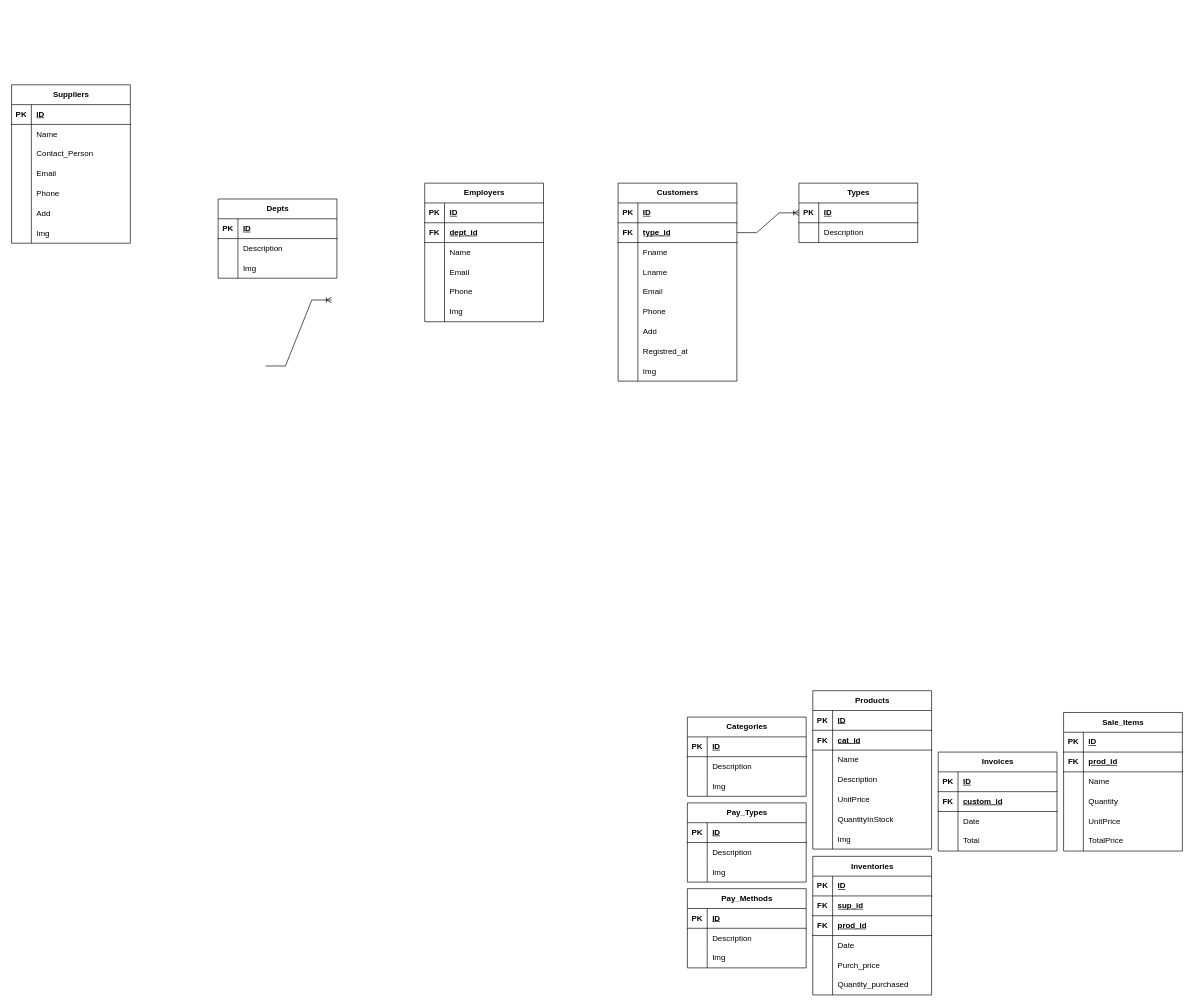
The draw.io diagram Untitled Diagram.drawio in D4N73MY7H/ODOO_SHOP, before the edit. Source tidied: cells renumbered, new cells numbered last; positions are measured from the earlier drawing's top-left corner, leaving out a move shared by most shapes. Both pictures are drawn from the tidied source at 66%, with x=0, y=0 at pixel (11, 84).
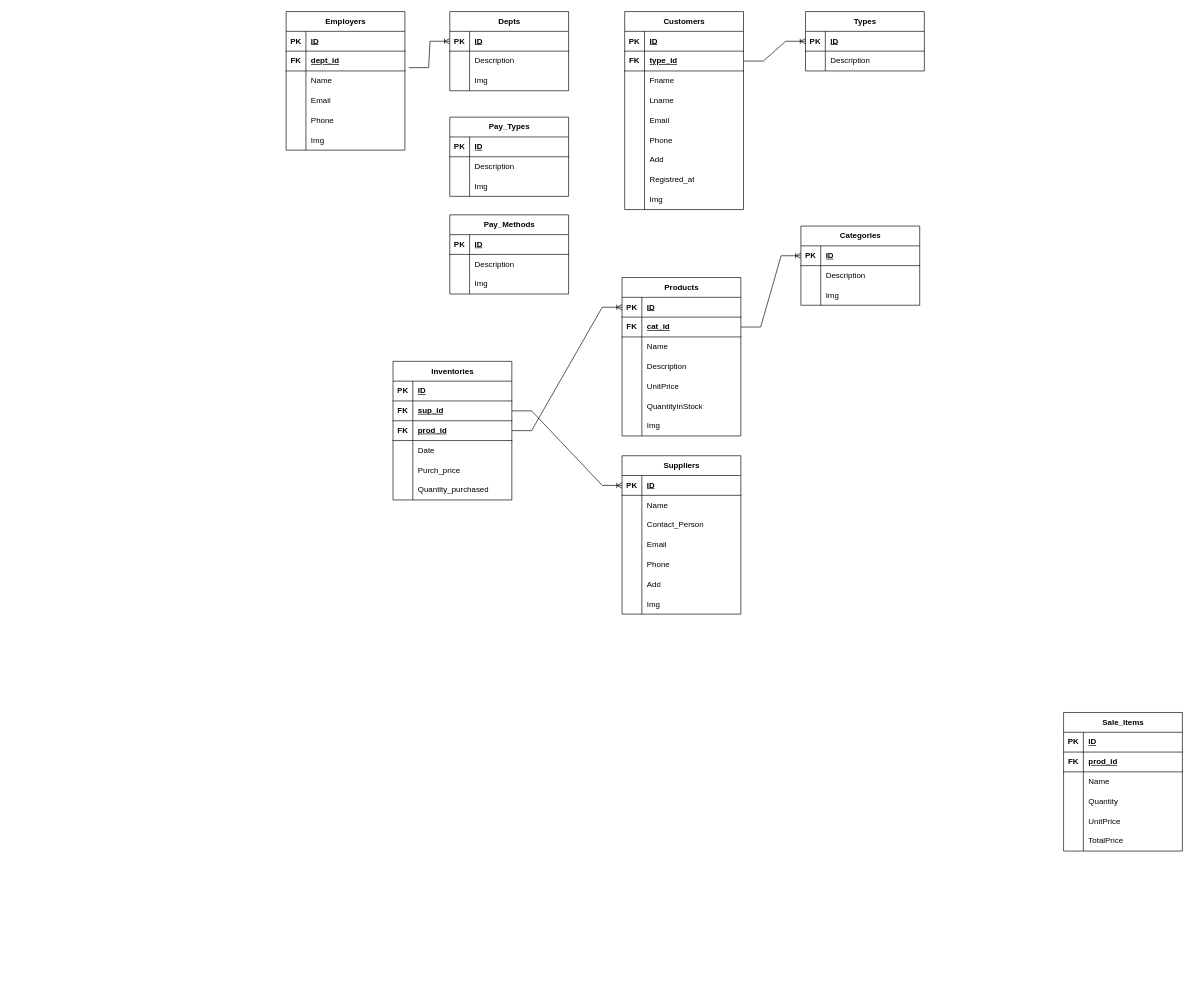
The same diagram, later.

Unchanged cells that the change refers to:
```xml
<mxCell id="3" style="shape=tableRow;horizontal=0;startSize=0;swimlaneHead=0;swimlaneBody=0;fillColor=none;points=[[0,0.5],[1,0.5]];portConstraint=eastwest;top=0;left=0;right=0;bottom=1;" parent="2" vertex="1">
  <mxGeometry y="30" width="180" height="30" as="geometry" />
</mxCell>
<mxCell id="13" style="shape=tableRow;horizontal=0;startSize=0;swimlaneHead=0;swimlaneBody=0;fillColor=none;points=[[0,0.5],[1,0.5]];portConstraint=eastwest;top=0;left=0;right=0;bottom=1;" parent="12" vertex="1">
  <mxGeometry y="30" width="180" height="30" as="geometry" />
</mxCell>
<mxCell id="20" style="shape=tableRow;horizontal=0;startSize=0;swimlaneHead=0;swimlaneBody=0;fillColor=none;points=[[0,0.5],[1,0.5]];portConstraint=eastwest;top=0;left=0;right=0;bottom=1;" parent="19" vertex="1">
  <mxGeometry y="30" width="180" height="30" as="geometry" />
</mxCell>
<mxCell id="53" style="shape=tableRow;horizontal=0;startSize=0;swimlaneHead=0;swimlaneBody=0;fillColor=none;points=[[0,0.5],[1,0.5]];portConstraint=eastwest;top=0;left=0;right=0;bottom=1;" parent="49" vertex="1">
  <mxGeometry y="60" width="180" height="30" as="geometry" />
</mxCell>
<mxCell id="72" style="shape=tableRow;horizontal=0;startSize=0;swimlaneHead=0;swimlaneBody=0;fillColor=none;points=[[0,0.5],[1,0.5]];portConstraint=eastwest;top=0;left=0;right=0;bottom=1;" parent="68" vertex="1">
  <mxGeometry y="60" width="180" height="30" as="geometry" />
</mxCell>
<mxCell id="97" style="shape=tableRow;horizontal=0;startSize=0;swimlaneHead=0;swimlaneBody=0;fillColor=none;points=[[0,0.5],[1,0.5]];portConstraint=eastwest;top=0;left=0;right=0;bottom=1;" parent="96" vertex="1">
  <mxGeometry y="30" width="180" height="30" as="geometry" />
</mxCell>
<mxCell id="119" style="shape=tableRow;horizontal=0;startSize=0;swimlaneHead=0;swimlaneBody=0;fillColor=none;points=[[0,0.5],[1,0.5]];portConstraint=eastwest;top=0;left=0;right=0;bottom=1;" parent="118" vertex="1">
  <mxGeometry y="30" width="180" height="30" as="geometry" />
</mxCell>
<mxCell id="122" style="shape=tableRow;horizontal=0;startSize=0;swimlaneHead=0;swimlaneBody=0;fillColor=none;points=[[0,0.5],[1,0.5]];portConstraint=eastwest;top=0;left=0;right=0;bottom=1;" parent="118" vertex="1">
  <mxGeometry y="60" width="180" height="30" as="geometry" />
</mxCell>
<mxCell id="144" style="shape=tableRow;horizontal=0;startSize=0;swimlaneHead=0;swimlaneBody=0;fillColor=none;points=[[0,0.5],[1,0.5]];portConstraint=eastwest;top=0;left=0;right=0;bottom=1;" parent="140" vertex="1">
  <mxGeometry y="60" width="180" height="30" as="geometry" />
</mxCell>
<mxCell id="147" style="shape=tableRow;horizontal=0;startSize=0;swimlaneHead=0;swimlaneBody=0;fillColor=none;points=[[0,0.5],[1,0.5]];portConstraint=eastwest;top=0;left=0;right=0;bottom=1;" parent="140" vertex="1">
  <mxGeometry y="90" width="180" height="30" as="geometry" />
</mxCell>
```

Diff of the diagram source:
```diff
@@
     <mxCell id="2" value="Depts" style="shape=table;startSize=30;childLayout=tableLayout;rowLines=0;fontStyle=1;align=center;html=1;" parent="1" vertex="1">
-      <mxGeometry x="313" y="173" width="180" height="120" as="geometry" />
+      <mxGeometry x="664" y="-111" width="180" height="120" as="geometry" />
     </mxCell>
@@
     <mxCell id="12" value="Types" style="shape=table;startSize=30;childLayout=tableLayout;rowLines=0;fontStyle=1;align=center;html=1;" parent="1" vertex="1">
-      <mxGeometry x="1193" y="149" width="180" height="90" as="geometry" />
+      <mxGeometry x="1203" y="-111" width="180" height="90" as="geometry" />
     </mxCell>
@@
     <mxCell id="19" value="Categories" style="shape=table;startSize=30;childLayout=tableLayout;rowLines=0;fontStyle=1;align=center;html=1;" parent="1" vertex="1">
-      <mxGeometry x="1024" y="958" width="180" height="120" as="geometry" />
+      <mxGeometry x="1196" y="214" width="180" height="120" as="geometry" />
     </mxCell>
@@
     <mxCell id="29" value="Pay_Types" style="shape=table;startSize=30;childLayout=tableLayout;rowLines=0;fontStyle=1;align=center;html=1;" parent="1" vertex="1">
-      <mxGeometry x="1024" y="1088" width="180" height="120" as="geometry" />
+      <mxGeometry x="664" y="49" width="180" height="120" as="geometry" />
     </mxCell>
@@
     <mxCell id="39" value="Pay_Methods" style="shape=table;startSize=30;childLayout=tableLayout;rowLines=0;fontStyle=1;align=center;html=1;" parent="1" vertex="1">
-      <mxGeometry x="1024" y="1218" width="180" height="120" as="geometry" />
+      <mxGeometry x="664" y="197" width="180" height="120" as="geometry" />
     </mxCell>
@@
     <mxCell id="49" value="Employers" style="shape=table;startSize=30;childLayout=tableLayout;rowLines=0;fontStyle=1;align=center;html=1;" parent="1" vertex="1">
-      <mxGeometry x="626" y="149" width="180" height="210" as="geometry" />
+      <mxGeometry x="416" y="-111" width="180" height="210" as="geometry" />
     </mxCell>
@@
     <mxCell id="68" value="Customers" style="shape=table;startSize=30;childLayout=tableLayout;rowLines=0;fontStyle=1;align=center;html=1;" parent="1" vertex="1">
-      <mxGeometry x="919" y="149" width="180" height="300" as="geometry" />
+      <mxGeometry x="929" y="-111" width="180" height="300" as="geometry" />
     </mxCell>
@@
     <mxCell id="96" value="Suppliers" style="shape=table;startSize=30;childLayout=tableLayout;rowLines=0;fontStyle=1;align=center;html=1;" parent="1" vertex="1">
-      <mxGeometry width="180" height="240" as="geometry" />
+      <mxGeometry x="925" y="562" width="180" height="240" as="geometry" />
     </mxCell>
@@
     <mxCell id="118" value="Products" style="shape=table;startSize=30;childLayout=tableLayout;rowLines=0;fontStyle=1;align=center;html=1;" parent="1" vertex="1">
-      <mxGeometry x="1214" y="918" width="180" height="240" as="geometry" />
+      <mxGeometry x="925" y="292" width="180" height="240" as="geometry" />
     </mxCell>
@@
     <mxCell id="140" value="Inventories" style="shape=table;startSize=30;childLayout=tableLayout;rowLines=0;fontStyle=1;align=center;html=1;" parent="1" vertex="1">
-      <mxGeometry x="1214" y="1169" width="180" height="210" as="geometry" />
+      <mxGeometry x="578" y="419" width="180" height="210" as="geometry" />
     </mxCell>
@@
-    <mxCell id="159" value="Invoices" style="shape=table;startSize=30;childLayout=tableLayout;rowLines=0;fontStyle=1;align=center;html=1;" parent="1" vertex="1">
-      <mxGeometry x="1404" y="1011" width="180" height="150" as="geometry" />
-    </mxCell>
-    <mxCell id="160" style="shape=tableRow;horizontal=0;startSize=0;swimlaneHead=0;swimlaneBody=0;fillColor=none;top=0;left=0;right=0;bottom=1;" parent="159" vertex="1">
-      <mxGeometry y="30" width="180" height="30" as="geometry" />
-    </mxCell>
-    <mxCell id="161" value="PK" style="shape=partialRectangle;fillColor=none;top=0;left=0;bottom=0;right=0;fontStyle=1;overflow=hidden;whiteSpace=wrap;html=1;" parent="160" vertex="1">
-      <mxGeometry width="30" height="30" as="geometry" />
-    </mxCell>
-    <mxCell id="162" value="ID" style="shape=partialRectangle;fillColor=none;top=0;left=0;bottom=0;right=0;align=left;spacingLeft=6;fontStyle=5;overflow=hidden;whiteSpace=wrap;html=1;" parent="160" vertex="1">
-      <mxGeometry x="30" width="150" height="30" as="geometry" />
-    </mxCell>
-    <mxCell id="163" style="shape=tableRow;horizontal=0;startSize=0;swimlaneHead=0;swimlaneBody=0;fillColor=none;top=0;left=0;right=0;bottom=1;" parent="159" vertex="1">
-      <mxGeometry y="60" width="180" height="30" as="geometry" />
-    </mxCell>
-    <mxCell id="164" value="FK" style="shape=partialRectangle;fillColor=none;top=0;left=0;bottom=0;right=0;fontStyle=1;overflow=hidden;whiteSpace=wrap;html=1;" parent="163" vertex="1">
-      <mxGeometry width="30" height="30" as="geometry" />
-    </mxCell>
-    <mxCell id="165" value="custom_id" style="shape=partialRectangle;fillColor=none;top=0;left=0;bottom=0;right=0;align=left;spacingLeft=6;fontStyle=5;overflow=hidden;whiteSpace=wrap;html=1;" parent="163" vertex="1">
-      <mxGeometry x="30" width="150" height="30" as="geometry" />
-    </mxCell>
-    <mxCell id="166" style="shape=tableRow;horizontal=0;startSize=0;swimlaneHead=0;swimlaneBody=0;fillColor=none;top=0;left=0;right=0;bottom=0;" parent="159" vertex="1">
-      <mxGeometry y="90" width="180" height="30" as="geometry" />
-    </mxCell>
-    <mxCell id="167" style="shape=partialRectangle;fillColor=none;top=0;left=0;bottom=0;right=0;overflow=hidden;whiteSpace=wrap;html=1;" parent="166" vertex="1">
-      <mxGeometry width="30" height="30" as="geometry" />
-    </mxCell>
-    <mxCell id="168" value="Date" style="shape=partialRectangle;fillColor=none;top=0;left=0;bottom=0;right=0;align=left;spacingLeft=6;overflow=hidden;whiteSpace=wrap;html=1;" parent="166" vertex="1">
-      <mxGeometry x="30" width="150" height="30" as="geometry" />
-    </mxCell>
-    <mxCell id="169" style="shape=tableRow;horizontal=0;startSize=0;swimlaneHead=0;swimlaneBody=0;fillColor=none;top=0;left=0;right=0;bottom=0;" parent="159" vertex="1">
-      <mxGeometry y="120" width="180" height="30" as="geometry" />
-    </mxCell>
-    <mxCell id="170" style="shape=partialRectangle;fillColor=none;top=0;left=0;bottom=0;right=0;overflow=hidden;whiteSpace=wrap;html=1;" parent="169" vertex="1">
-      <mxGeometry width="30" height="30" as="geometry" />
-    </mxCell>
-    <mxCell id="171" value="Total" style="shape=partialRectangle;fillColor=none;top=0;left=0;bottom=0;right=0;align=left;spacingLeft=6;overflow=hidden;whiteSpace=wrap;html=1;" parent="169" vertex="1">
-      <mxGeometry x="30" width="150" height="30" as="geometry" />
-    </mxCell>
@@
     <mxCell id="191" style="edgeStyle=entityRelationEdgeStyle;fontSize=12;html=1;endArrow=ERoneToMany;rounded=0;entryX=0;entryY=0.5;entryDx=0;entryDy=0;exitX=1;exitY=0.5;exitDx=0;exitDy=0;" parent="1" edge="1" source="72" target="13">
       <mxGeometry relative="1" as="geometry">
         <Array as="points">
-          <mxPoint x="1380" y="153" />
-          <mxPoint x="1386" y="117" />
+          <mxPoint x="1390" y="-107" />
+          <mxPoint x="1396" y="-143" />
         </Array>
       </mxGeometry>
     </mxCell>
-    <mxCell id="192" style="edgeStyle=entityRelationEdgeStyle;fontSize=12;html=1;endArrow=ERoneToMany;rounded=0;" parent="1" edge="1">
-      <mxGeometry relative="1" as="geometry">
-        <mxPoint x="385" y="426" as="sourcePoint" />
-        <mxPoint x="485" y="326" as="targetPoint" />
-      </mxGeometry>
+    <mxCell id="192" style="edgeStyle=entityRelationEdgeStyle;fontSize=12;html=1;endArrow=ERoneToMany;rounded=0;entryX=0;entryY=0.5;entryDx=0;entryDy=0;exitX=1.033;exitY=0.833;exitDx=0;exitDy=0;exitPerimeter=0;" parent="1" edge="1" source="53" target="3">
+      <mxGeometry relative="1" as="geometry" />
     </mxCell>
+    <mxCell id="193" style="edgeStyle=entityRelationEdgeStyle;fontSize=12;html=1;endArrow=ERoneToMany;rounded=0;entryX=0;entryY=0.5;entryDx=0;entryDy=0;exitX=1;exitY=0.5;exitDx=0;exitDy=0;" parent="1" edge="1" source="122" target="20">
+      <mxGeometry relative="1" as="geometry" />
+    </mxCell>
+    <mxCell id="194" style="edgeStyle=entityRelationEdgeStyle;fontSize=12;html=1;endArrow=ERoneToMany;rounded=0;entryX=0;entryY=0.5;entryDx=0;entryDy=0;exitX=1;exitY=0.5;exitDx=0;exitDy=0;" parent="1" edge="1" source="147" target="119">
+      <mxGeometry relative="1" as="geometry" />
+    </mxCell>
+    <mxCell id="195" style="edgeStyle=entityRelationEdgeStyle;fontSize=12;html=1;endArrow=ERoneToMany;rounded=0;entryX=0;entryY=0.5;entryDx=0;entryDy=0;exitX=1;exitY=0.5;exitDx=0;exitDy=0;" parent="1" edge="1" source="144" target="97">
+      <mxGeometry relative="1" as="geometry">
+        <Array as="points">
+          <mxPoint x="858" y="526" />
+          <mxPoint x="881" y="546" />
+          <mxPoint x="1675" y="334" />
+          <mxPoint x="1359" y="325" />
+        </Array>
+      </mxGeometry>
+    </mxCell>
```
